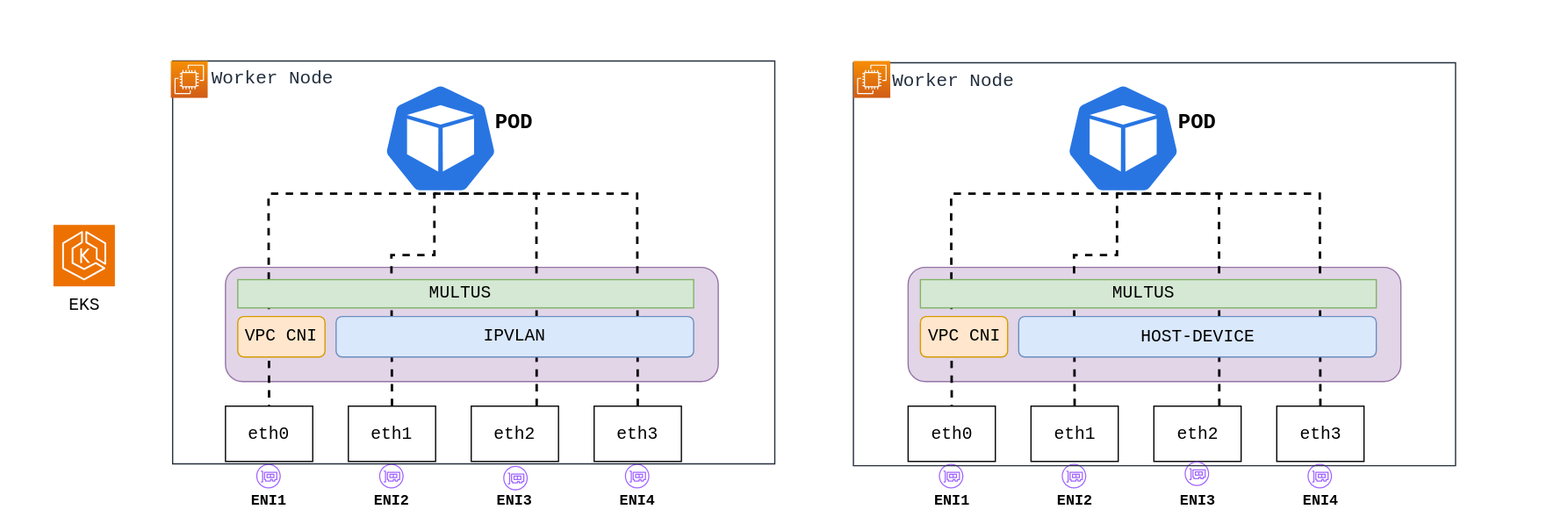
Above: docs/diagrams/arch.svg in johnlam90/aws-multi-eni-controller (draw.io), before the change. Source tidied: cells renumbered, new cells last; positions are measured from the earlier drawing's top-left corner, leaving out a move shared by most shapes.
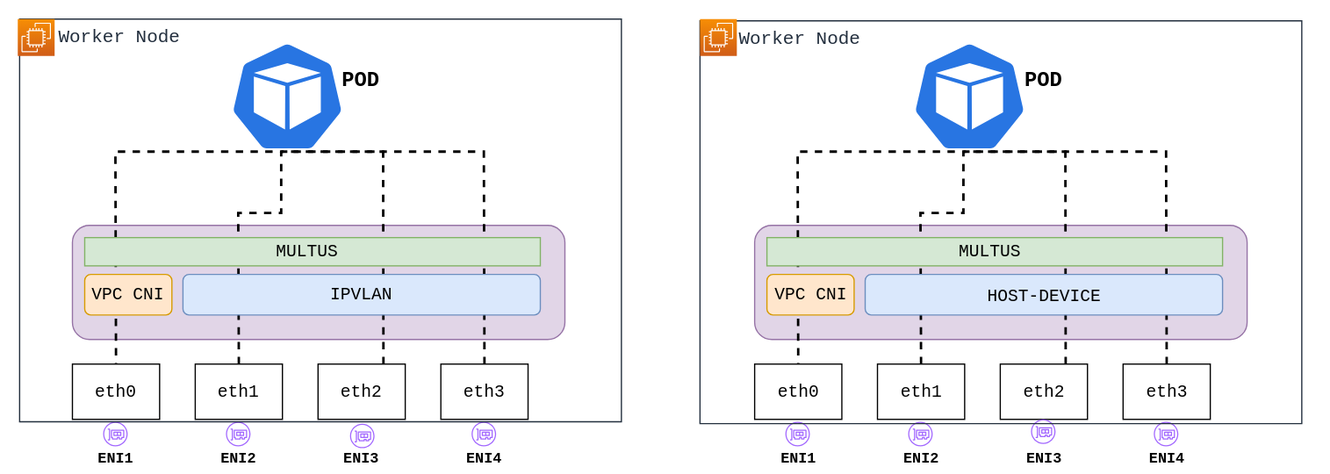
After the change.

The edit, as a diff of the source:
```diff
@@ -3,7 +3,7 @@
     <mxCell id="0" />
     <mxCell id="1" parent="0" />
     <mxCell id="2" style="rounded=0;whiteSpace=wrap;html=1;fillStyle=solid;strokeColor=none;" parent="1" vertex="1">
-      <mxGeometry width="1276" height="432" as="geometry" />
+      <mxGeometry x="126" y="34" width="1082" height="386" as="geometry" />
     </mxCell>
     <mxCell id="3" style="sketch=0;fontColor=#232F3E;gradientColor=none;fillColor=#A166FF;strokeColor=none;dashed=0;verticalLabelPosition=bottom;verticalAlign=top;align=center;html=1;fontSize=12;fontStyle=0;shape=mxgraph.aws4.elastic_network_interface;" parent="1" vertex="1">
       <mxGeometry x="309" y="377" width="20" height="20" as="geometry" />
@@ -62,9 +62,6 @@
         </Array>
       </mxGeometry>
     </mxCell>
-    <mxCell id="17" value="&lt;font style=&quot;font-size: 14px&quot; face=&quot;Courier New&quot;&gt;EKS&lt;/font&gt;" style="text;html=1;align=center;verticalAlign=middle;strokeColor=none;fillColor=none;" parent="1" vertex="1">
-      <mxGeometry x="48" y="233" width="43" height="29" as="geometry" />
-    </mxCell>
     <mxCell id="18" style="endArrow=none;dashed=1;html=1;rounded=0;exitX=0.5;exitY=0;exitDx=0;exitDy=0;strokeColor=default;strokeWidth=2;" parent="1" edge="1" source="9">
       <mxGeometry relative="1" as="geometry">
         <mxPoint x="354" y="157" as="targetPoint" />
@@ -192,8 +189,5 @@
     <mxCell id="51" style="sketch=0;fontColor=#232F3E;gradientColor=#F78E04;gradientDirection=north;fillColor=#D05C17;strokeColor=#ffffff;dashed=0;verticalLabelPosition=bottom;verticalAlign=top;align=center;html=1;fontSize=12;fontStyle=0;shape=mxgraph.aws4.resourceIcon;resIcon=mxgraph.aws4.ec2;" parent="1" vertex="1">
       <mxGeometry x="695" y="49" width="30" height="30" as="geometry" />
     </mxCell>
-    <mxCell id="52" style="sketch=0;fontColor=#232F3E;fillColor=#ED7100;strokeColor=#ffffff;dashed=0;verticalLabelPosition=bottom;verticalAlign=top;align=center;html=1;fontSize=12;fontStyle=0;shape=mxgraph.aws4.resourceIcon;resIcon=mxgraph.aws4.eks;" parent="1" vertex="1">
-      <mxGeometry x="44" y="182.5" width="50" height="50" as="geometry" />
-    </mxCell>
   </root>
 </mxGraphModel>
```
